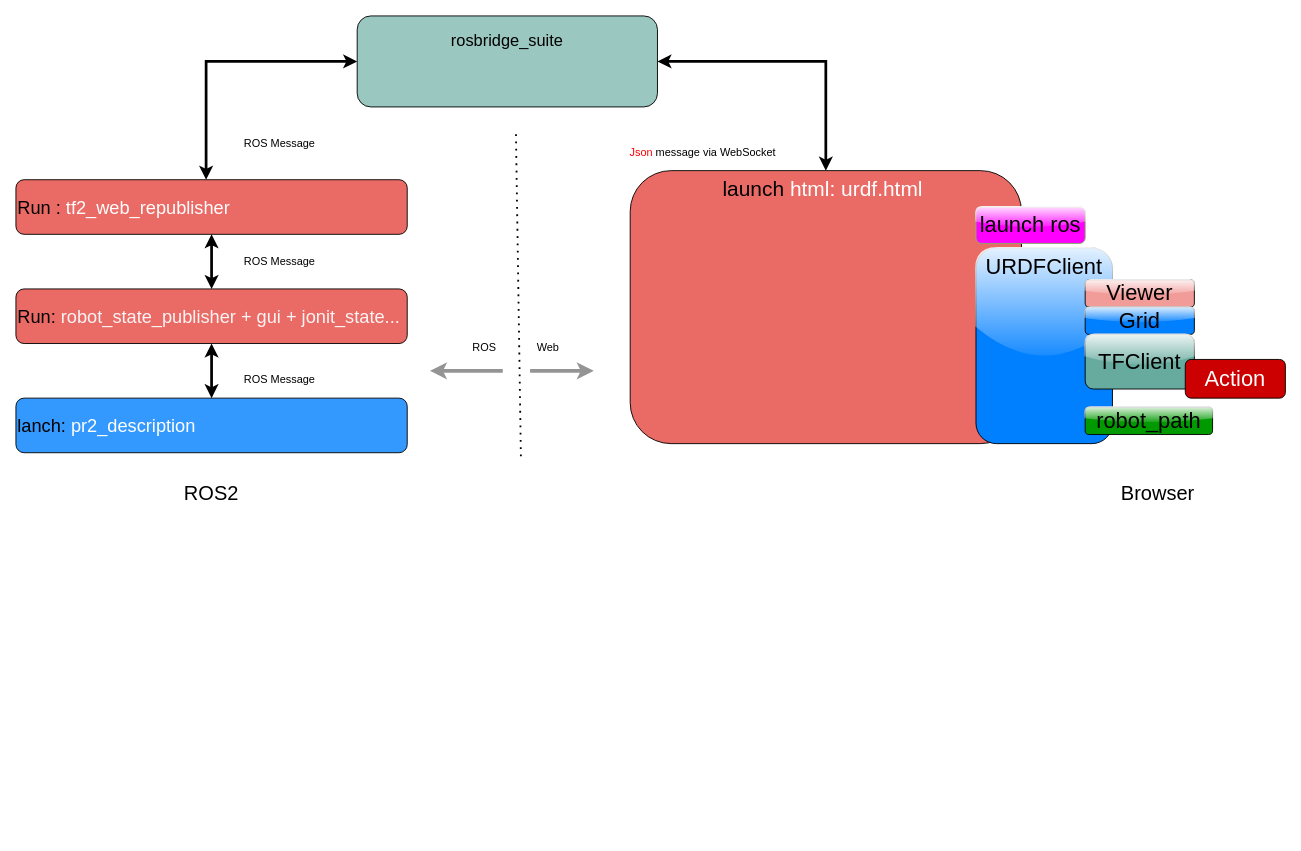
The draw.io diagram page "urdf_web" (3 of 7) of ros_client.drawio in ipa-rwu/ros2_web_architecture, before the edit. Source tidied: cells renumbered, new cells numbered last; positions are measured from the earlier drawing's top-left corner, leaving out a move shared by most shapes. Both pictures are drawn from the tidied source at 91%, with x=0, y=0 at pixel (15, 15).
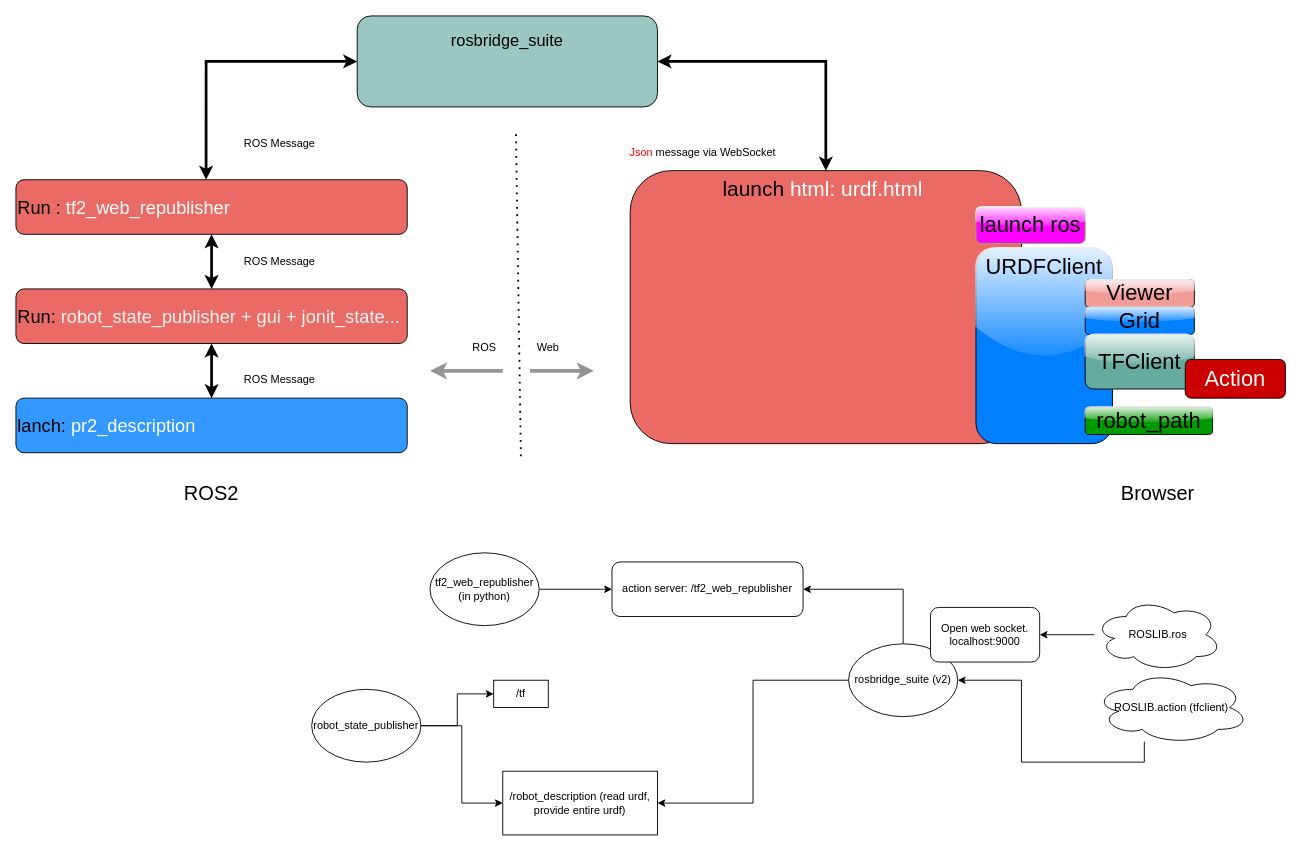
The same diagram, later.

What changed in the source:
```diff
@@
+    <mxCell id="29" style="edgeStyle=orthogonalEdgeStyle;rounded=0;jettySize=auto;html=1;exitX=1;exitY=0.5;exitDx=0;exitDy=0;" parent="1" edge="1" source="30" target="31">
+      <mxGeometry relative="1" as="geometry">
+        <Array as="points">
+          <mxPoint x="485" y="780" />
+          <mxPoint x="485" y="745" />
+        </Array>
+      </mxGeometry>
+    </mxCell>
+    <mxCell id="30" value="robot_state_publisher" style="ellipse;whiteSpace=wrap;html=1;" parent="1" vertex="1">
+      <mxGeometry x="325" y="740" width="120" height="80" as="geometry" />
+    </mxCell>
+    <mxCell id="31" value="/tf" style="rounded=0;whiteSpace=wrap;html=1;" parent="1" vertex="1">
+      <mxGeometry x="525" y="730" width="60" height="30" as="geometry" />
+    </mxCell>
+    <mxCell id="32" value="/robot_description (read urdf, provide entire urdf)" style="rounded=0;whiteSpace=wrap;html=1;" parent="1" vertex="1">
+      <mxGeometry x="535" y="830" width="170" height="70" as="geometry" />
+    </mxCell>
+    <mxCell id="33" style="edgeStyle=orthogonalEdgeStyle;rounded=0;jettySize=auto;html=1;exitX=1;exitY=0.5;exitDx=0;exitDy=0;entryX=0;entryY=0.5;entryDx=0;entryDy=0;" parent="1" edge="1" source="30" target="32">
+      <mxGeometry relative="1" as="geometry" />
+    </mxCell>
+    <mxCell id="34" style="edgeStyle=orthogonalEdgeStyle;rounded=0;jettySize=auto;html=1;exitX=0;exitY=0.5;exitDx=0;exitDy=0;entryX=1;entryY=0.5;entryDx=0;entryDy=0;" parent="1" edge="1" source="36" target="32">
+      <mxGeometry relative="1" as="geometry" />
+    </mxCell>
+    <mxCell id="35" style="edgeStyle=orthogonalEdgeStyle;rounded=0;jettySize=auto;html=1;exitX=0.5;exitY=0;exitDx=0;exitDy=0;entryX=1;entryY=0.5;entryDx=0;entryDy=0;" parent="1" edge="1" source="36" target="39">
+      <mxGeometry relative="1" as="geometry" />
+    </mxCell>
+    <mxCell id="36" value="rosbridge_suite (v2)" style="ellipse;whiteSpace=wrap;html=1;" parent="1" vertex="1">
+      <mxGeometry x="915" y="690" width="120" height="80" as="geometry" />
+    </mxCell>
+    <mxCell id="37" style="edgeStyle=orthogonalEdgeStyle;rounded=0;jettySize=auto;html=1;exitX=1;exitY=0.5;exitDx=0;exitDy=0;entryX=0;entryY=0.5;entryDx=0;entryDy=0;" parent="1" edge="1" source="38" target="39">
+      <mxGeometry relative="1" as="geometry" />
+    </mxCell>
+    <mxCell id="38" value="tf2_web_republisher (in python)" style="ellipse;whiteSpace=wrap;html=1;" parent="1" vertex="1">
+      <mxGeometry x="455" y="590" width="120" height="80" as="geometry" />
+    </mxCell>
+    <mxCell id="39" value="action server: /tf2_web_republisher" style="rounded=1;whiteSpace=wrap;html=1;" parent="1" vertex="1">
+      <mxGeometry x="655" y="600" width="210" height="60" as="geometry" />
+    </mxCell>
+    <mxCell id="40" value="Open web socket. localhost:9000" style="rounded=1;whiteSpace=wrap;html=1;" parent="1" vertex="1">
+      <mxGeometry x="1005" y="650" width="120" height="60" as="geometry" />
+    </mxCell>
+    <mxCell id="41" style="edgeStyle=orthogonalEdgeStyle;rounded=0;jettySize=auto;html=1;" parent="1" edge="1" source="42" target="40">
+      <mxGeometry relative="1" as="geometry" />
+    </mxCell>
+    <mxCell id="42" value="ROSLIB.ros" style="ellipse;shape=cloud;whiteSpace=wrap;html=1;" parent="1" vertex="1">
+      <mxGeometry x="1185" y="640" width="140" height="80" as="geometry" />
+    </mxCell>
+    <mxCell id="43" style="edgeStyle=orthogonalEdgeStyle;rounded=0;jettySize=auto;html=1;entryX=1;entryY=0.5;entryDx=0;entryDy=0;" parent="1" edge="1" source="44" target="36">
+      <mxGeometry relative="1" as="geometry">
+        <Array as="points">
+          <mxPoint x="1240" y="820" />
+          <mxPoint x="1105" y="820" />
+          <mxPoint x="1105" y="730" />
+        </Array>
+      </mxGeometry>
+    </mxCell>
+    <mxCell id="44" value="ROSLIB.action (tfclient)" style="ellipse;shape=cloud;whiteSpace=wrap;html=1;" parent="1" vertex="1">
+      <mxGeometry x="1185" y="720" width="170" height="80" as="geometry" />
+    </mxCell>
```
